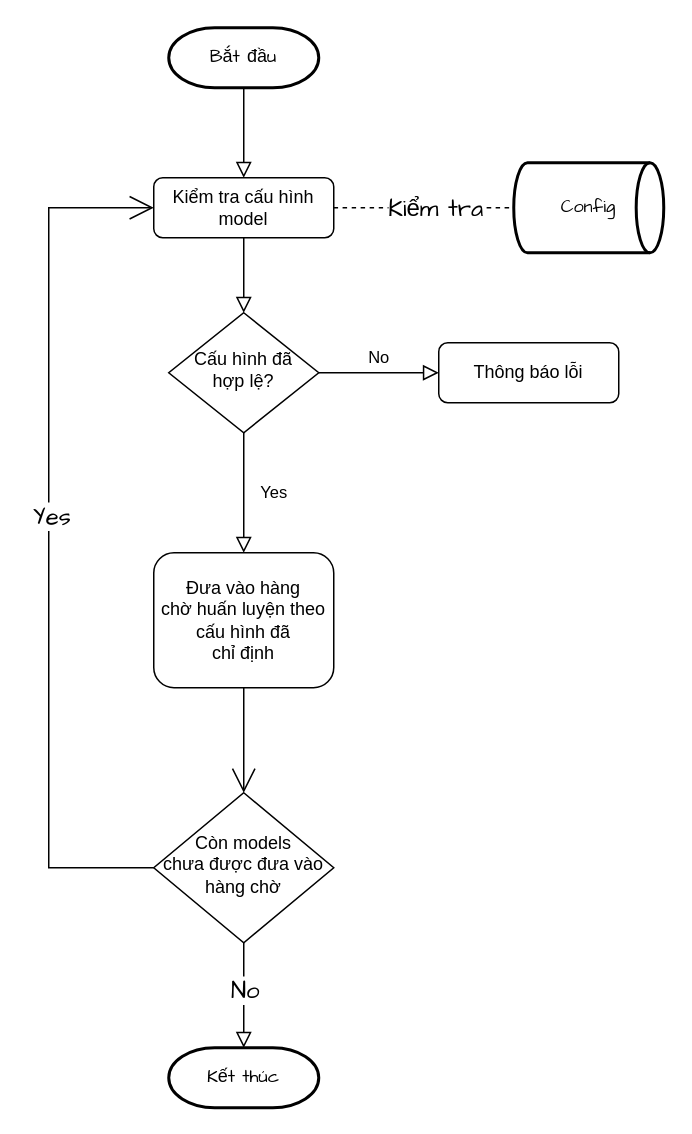
This is diagrams/data flow/Model Trainer Task.drawio from VennDev/VRecommendSystem, a draw.io file, before an edit. Source tidied: cells renumbered, new cells numbered last; positions are measured from the earlier drawing's top-left corner, leaving out a move shared by most shapes. Both pictures are drawn from the tidied source at 150%, with x=0, y=0 at pixel (48, 27).
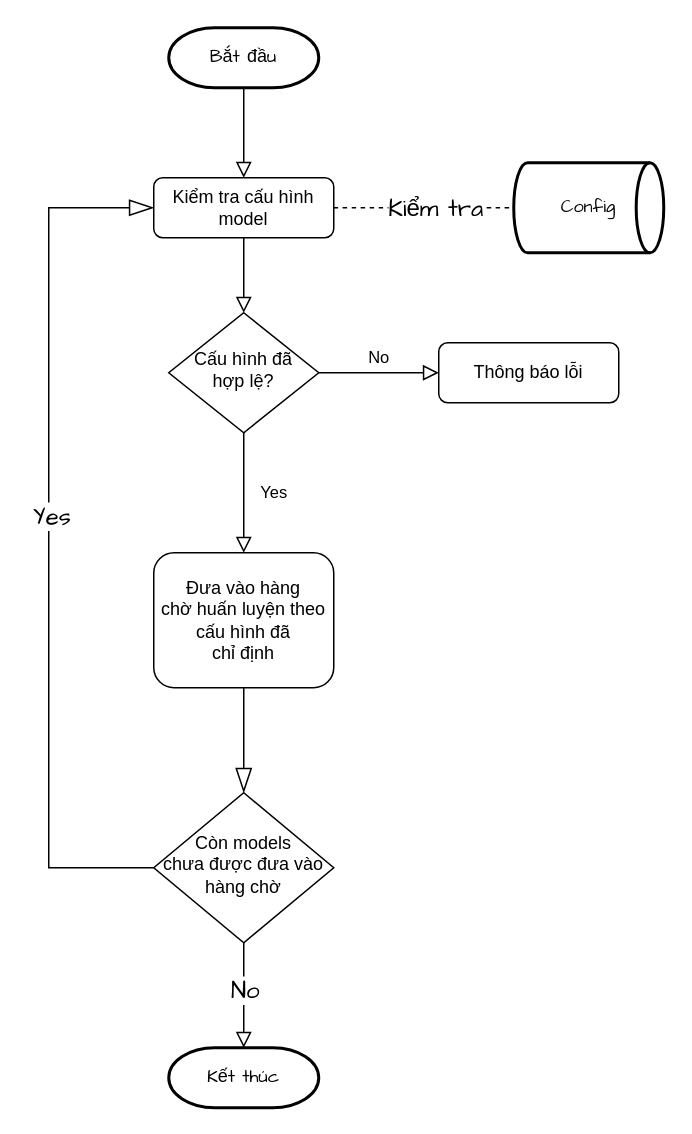
The same diagram, later.

Unchanged cells that the change refers to:
```xml
<mxCell id="6" value="Kiểm tra cấu hình model" style="rounded=1;whiteSpace=wrap;html=1;fontSize=12;glass=0;strokeWidth=1;shadow=0;" parent="1" vertex="1">
  <mxGeometry x="70" y="100" width="120" height="40" as="geometry" />
</mxCell>
<mxCell id="17" value="Đưa vào hàng&lt;div&gt;chờ huấn luyện theo&lt;/div&gt;&lt;div&gt;cấu hình đã&lt;/div&gt;&lt;div&gt;chỉ định&lt;/div&gt;" style="rounded=1;whiteSpace=wrap;html=1;fontSize=12;glass=0;strokeWidth=1;shadow=0;" parent="1" vertex="1">
  <mxGeometry x="70" y="350" width="120" height="90" as="geometry" />
</mxCell>
<mxCell id="20" value="Còn models&lt;div&gt;chưa được đưa vào hàng chờ&lt;/div&gt;" style="rhombus;whiteSpace=wrap;html=1;shadow=0;fontFamily=Helvetica;fontSize=12;align=center;strokeWidth=1;spacing=6;spacingTop=-4;" parent="1" vertex="1">
  <mxGeometry x="70" y="510" width="120" height="100" as="geometry" />
</mxCell>
```

Diff of the diagram source:
```diff
@@
-    <mxCell id="16" style="edgeStyle=none;curved=1;rounded=0;jettySize=auto;html=1;exitX=0.5;exitY=1;exitDx=0;exitDy=0;entryX=0.5;entryY=0;entryDx=0;entryDy=0;fontFamily=Architects Daughter;fontSize=16;startSize=14;endArrow=open;endSize=14;sourcePerimeterSpacing=8;targetPerimeterSpacing=8;" parent="1" edge="1" source="17" target="20">
+    <mxCell id="16" style="edgeStyle=none;curved=1;rounded=0;jettySize=auto;html=1;exitX=0.5;exitY=1;exitDx=0;exitDy=0;entryX=0.5;entryY=0;entryDx=0;entryDy=0;fontFamily=Architects Daughter;fontSize=16;startSize=14;endArrow=blockThin;endSize=14;sourcePerimeterSpacing=8;targetPerimeterSpacing=8;endFill=0;" parent="1" edge="1" source="17" target="20">
       <mxGeometry relative="1" as="geometry" />
     </mxCell>
@@
-    <mxCell id="18" style="edgeStyle=orthogonalEdgeStyle;rounded=0;jettySize=auto;html=1;exitX=0;exitY=0.5;exitDx=0;exitDy=0;entryX=0;entryY=0.5;entryDx=0;entryDy=0;fontFamily=Architects Daughter;fontSize=16;startSize=14;endArrow=open;endSize=14;sourcePerimeterSpacing=8;targetPerimeterSpacing=8;" parent="1" edge="1" source="20" target="6">
+    <mxCell id="18" style="edgeStyle=orthogonalEdgeStyle;rounded=0;jettySize=auto;html=1;exitX=0;exitY=0.5;exitDx=0;exitDy=0;entryX=0;entryY=0.5;entryDx=0;entryDy=0;fontFamily=Architects Daughter;fontSize=16;startSize=14;endArrow=blockThin;endSize=14;sourcePerimeterSpacing=8;targetPerimeterSpacing=8;endFill=0;" parent="1" edge="1" source="20" target="6">
       <mxGeometry relative="1" as="geometry">
         <Array as="points">
           <mxPoint y="560" />
           <mxPoint y="120" />
         </Array>
       </mxGeometry>
     </mxCell>
```
